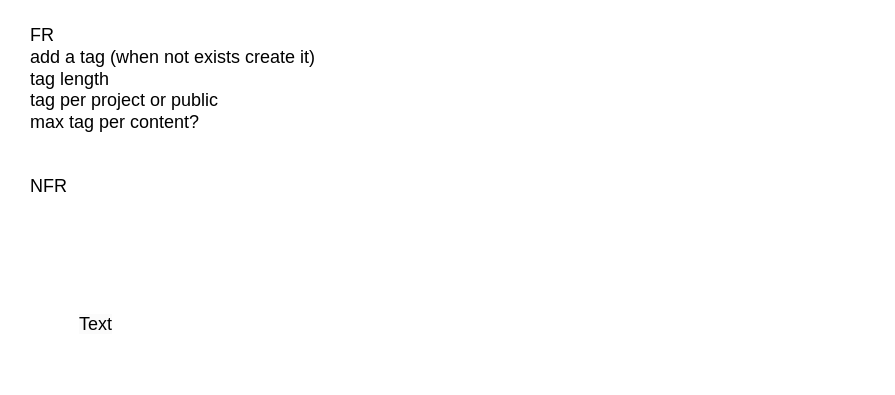
Above: page "Page-3" (3 of 3) of practise.drawio in kankaiz/drawio (draw.io), before the change. Source tidied: cells renumbered, new cells numbered last; positions are measured from the earlier drawing's top-left corner, leaving out a move shared by most shapes. Both pictures are drawn from the tidied source at 100%, with x=0, y=0 at pixel (17, 17).
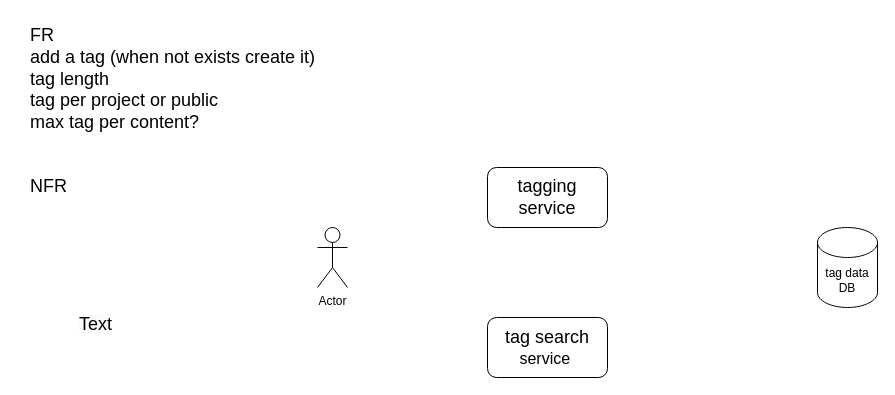
After the change.

Change to the diagram source:
```diff
@@
 <mxGraphModel>
   <root>
     <mxCell id="0" />
     <mxCell id="1" parent="0" />
     <mxCell id="2" value="&lt;div style=&quot;text-align: left;&quot;&gt;&lt;span style=&quot;font-size: 18px; background-color: initial;&quot;&gt;FR&lt;/span&gt;&lt;/div&gt;&lt;div style=&quot;text-align: left;&quot;&gt;&lt;font style=&quot;font-size: 18px;&quot;&gt;add a tag (when not exists create it)&lt;/font&gt;&lt;/div&gt;&lt;div style=&quot;text-align: left;&quot;&gt;&lt;font style=&quot;font-size: 18px;&quot;&gt;tag length&lt;/font&gt;&lt;/div&gt;&lt;div style=&quot;text-align: left;&quot;&gt;&lt;font style=&quot;font-size: 18px;&quot;&gt;tag per project or public&lt;/font&gt;&lt;/div&gt;&lt;div style=&quot;text-align: left;&quot;&gt;&lt;font style=&quot;font-size: 18px;&quot;&gt;max tag per content?&lt;/font&gt;&lt;/div&gt;&lt;div style=&quot;text-align: left;&quot;&gt;&lt;font style=&quot;font-size: 18px;&quot;&gt;&lt;br&gt;&lt;/font&gt;&lt;/div&gt;&lt;div style=&quot;text-align: left;&quot;&gt;&lt;font style=&quot;font-size: 18px;&quot;&gt;&lt;br&gt;&lt;/font&gt;&lt;/div&gt;&lt;div style=&quot;text-align: left;&quot;&gt;&lt;font style=&quot;font-size: 18px;&quot;&gt;NFR&lt;/font&gt;&lt;/div&gt;&lt;div style=&quot;text-align: left;&quot;&gt;&lt;font style=&quot;font-size: 18px;&quot;&gt;&lt;br&gt;&lt;/font&gt;&lt;/div&gt;" style="text;html=1;align=center;verticalAlign=middle;strokeColor=none;fillColor=none;" parent="1" vertex="1">
       <mxGeometry width="310" height="210" as="geometry" />
     </mxCell>
     <mxCell id="3" value="&lt;span style=&quot;color: rgb(0, 0, 0); font-family: Helvetica; font-size: 18px; font-style: normal; font-variant-ligatures: normal; font-variant-caps: normal; font-weight: 400; letter-spacing: normal; orphans: 2; text-align: center; text-indent: 0px; text-transform: none; widows: 2; word-spacing: 0px; -webkit-text-stroke-width: 0px; white-space: nowrap; background-color: rgb(251, 251, 251); text-decoration-thickness: initial; text-decoration-style: initial; text-decoration-color: initial; display: inline !important; float: none;&quot;&gt;Text&lt;/span&gt;" style="text;whiteSpace=wrap;html=1;" parent="1" vertex="1">
       <mxGeometry x="60" y="290" width="70" height="50" as="geometry" />
     </mxCell>
+    <mxCell id="4" value="Actor" style="shape=umlActor;verticalLabelPosition=bottom;verticalAlign=top;html=1;" parent="1" vertex="1">
+      <mxGeometry x="300" y="210" width="30" height="60" as="geometry" />
+    </mxCell>
+    <mxCell id="5" value="&lt;font style=&quot;font-size: 18px;&quot;&gt;tagging service&lt;/font&gt;" style="rounded=1;whiteSpace=wrap;html=1;" parent="1" vertex="1">
+      <mxGeometry x="470" y="150" width="120" height="60" as="geometry" />
+    </mxCell>
+    <mxCell id="6" value="&lt;font style=&quot;font-size: 18px;&quot;&gt;tag search&lt;/font&gt;&lt;div&gt;&lt;font size=&quot;3&quot;&gt;service&amp;nbsp;&lt;/font&gt;&lt;/div&gt;" style="rounded=1;whiteSpace=wrap;html=1;" parent="1" vertex="1">
+      <mxGeometry x="470" y="300" width="120" height="60" as="geometry" />
+    </mxCell>
+    <mxCell id="7" value="tag data&lt;div&gt;DB&lt;/div&gt;" style="shape=cylinder3;whiteSpace=wrap;html=1;boundedLbl=1;backgroundOutline=1;size=15;" parent="1" vertex="1">
+      <mxGeometry x="800" y="210" width="60" height="80" as="geometry" />
+    </mxCell>
   </root>
 </mxGraphModel>
```
